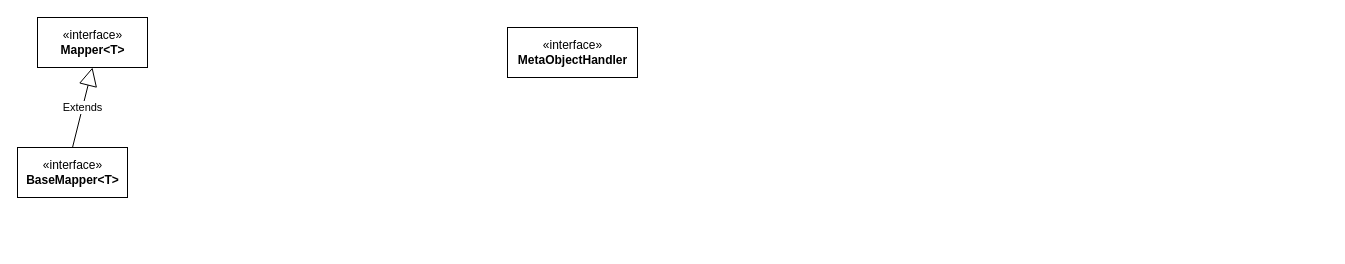
Earlier version of the draw.io diagram mybatis-plus.drawio (tadsimons/draw). Source tidied: cells renumbered, new cells numbered last; positions are measured from the earlier drawing's top-left corner, leaving out a move shared by most shapes. Both pictures are drawn from the tidied source at 100%, with x=0, y=0 at pixel (17, 17).
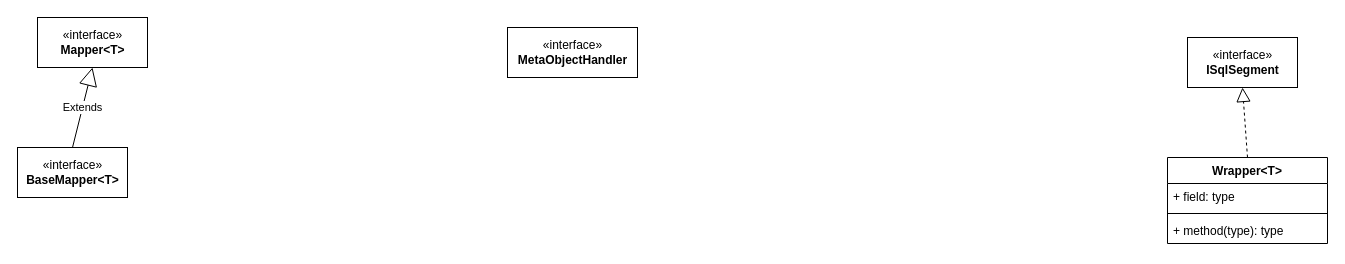
The same page after the edit.

The edit, as a diff of the source:
```diff
@@
 <mxGraphModel>
   <root>
     <mxCell id="0" />
     <mxCell id="1" parent="0" />
     <mxCell id="2" value="«interface»&lt;br&gt;&lt;b&gt;BaseMapper&amp;lt;T&amp;gt;&lt;/b&gt;" style="html=1;" parent="1" vertex="1">
       <mxGeometry y="130" width="110" height="50" as="geometry" />
     </mxCell>
     <mxCell id="3" value="«interface»&lt;br&gt;&lt;b&gt;Mapper&amp;lt;T&amp;gt;&lt;/b&gt;" style="html=1;" parent="1" vertex="1">
       <mxGeometry x="20" width="110" height="50" as="geometry" />
     </mxCell>
     <mxCell id="4" value="Extends" style="endArrow=block;endSize=16;endFill=0;html=1;entryX=0.5;entryY=1;entryDx=0;entryDy=0;exitX=0.5;exitY=0;exitDx=0;exitDy=0;" parent="1" edge="1" source="2" target="3">
       <mxGeometry relative="1" as="geometry" />
     </mxCell>
     <mxCell id="5" value="«interface»&lt;br&gt;&lt;b&gt;MetaObjectHandler&lt;/b&gt;" style="html=1;" parent="1" vertex="1">
       <mxGeometry x="490" y="10" width="130" height="50" as="geometry" />
     </mxCell>
+    <mxCell id="6" value="«interface»&lt;br&gt;&lt;b&gt;ISqlSegment&lt;/b&gt;" style="html=1;" parent="1" vertex="1">
+      <mxGeometry x="1170" y="20" width="110" height="50" as="geometry" />
+    </mxCell>
+    <mxCell id="7" value="Wrapper&lt;T&gt;" style="swimlane;fontStyle=1;align=center;verticalAlign=top;horizontal=1;startSize=26;" parent="1" vertex="1">
+      <mxGeometry x="1150" y="140" width="160" height="86" as="geometry" />
+    </mxCell>
+    <mxCell id="8" style="endArrow=block;dashed=1;endFill=0;endSize=12;html=1;entryX=0.5;entryY=1;entryDx=0;entryDy=0;" parent="7" edge="1" target="6">
+      <mxGeometry relative="1" as="geometry">
+        <mxPoint x="80" as="sourcePoint" />
+      </mxGeometry>
+    </mxCell>
+    <mxCell id="9" value="+ field: type" style="text;strokeColor=none;fillColor=none;align=left;verticalAlign=top;spacingLeft=4;spacingRight=4;overflow=hidden;" parent="7" vertex="1">
+      <mxGeometry y="26" width="160" height="26" as="geometry" />
+    </mxCell>
+    <mxCell id="10" style="line;strokeWidth=1;fillColor=none;align=left;verticalAlign=middle;spacingTop=-1;spacingLeft=3;spacingRight=3;labelPosition=right;" parent="7" vertex="1">
+      <mxGeometry y="52" width="160" height="8" as="geometry" />
+    </mxCell>
+    <mxCell id="11" value="+ method(type): type" style="text;strokeColor=none;fillColor=none;align=left;verticalAlign=top;spacingLeft=4;spacingRight=4;overflow=hidden;" parent="7" vertex="1">
+      <mxGeometry y="60" width="160" height="26" as="geometry" />
+    </mxCell>
   </root>
 </mxGraphModel>
```
